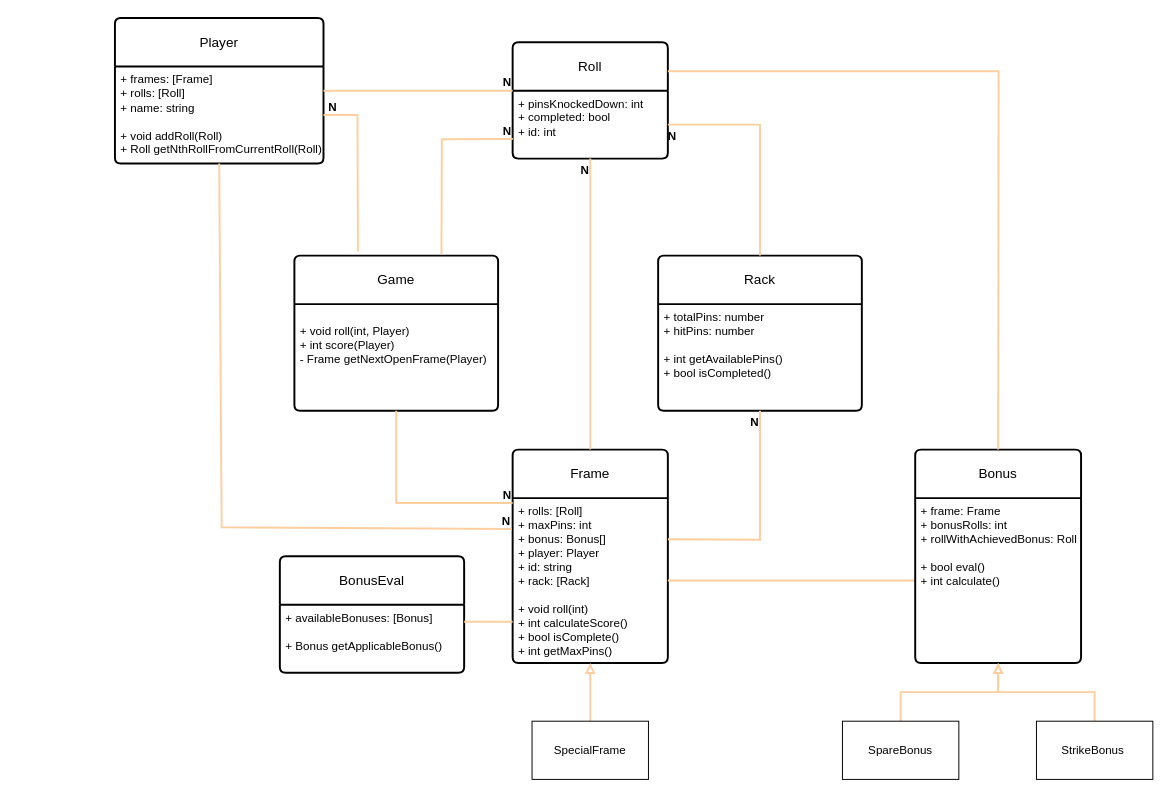
Earlier version of the draw.io diagram page "ER" (1 of 2) of bowling_game_design.drawio (swaaminathanm/bowling-kata-typescript). Source tidied: cells renumbered, new cells numbered last; positions are measured from the earlier drawing's top-left corner, leaving out a move shared by most shapes. Both pictures are drawn from the tidied source at 97%, with x=0, y=0 at pixel (114, 17).
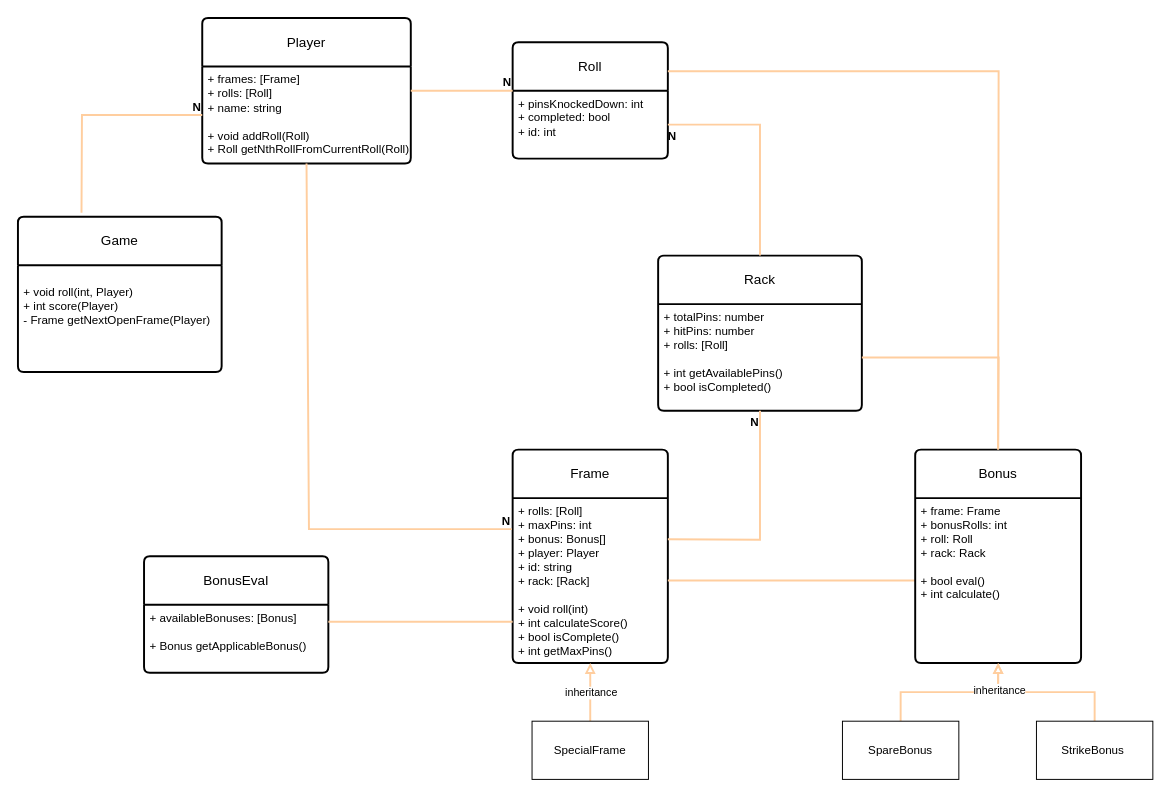
Above is the later version.

Commit message (it also covers changes not shown here):
Refactor code - remove rolls dependency from the Frame class

Unchanged cells that the change refers to:
```xml
<mxCell id="2" value="Frame" style="swimlane;horizontal=1;startSize=50;rounded=1;fontSize=14;fontStyle=0;strokeWidth=2;shadow=0;dashed=0;align=center;arcSize=4;whiteSpace=wrap;html=1;" parent="1" vertex="1">
  <mxGeometry x="410" y="445" width="160" height="220" as="geometry" />
</mxCell>
<mxCell id="3" value="&lt;div&gt;+ rolls: [Roll]&lt;/div&gt;&lt;div&gt;+ maxPins: int&lt;/div&gt;&lt;div&gt;+ bonus: Bonus[]&lt;/div&gt;&lt;div&gt;&lt;span style=&quot;background-color: transparent; color: light-dark(rgb(0, 0, 0), rgb(255, 255, 255));&quot;&gt;+ player: Player&lt;/span&gt;&lt;/div&gt;&lt;div&gt;+ id: string&lt;/div&gt;&lt;div&gt;+ rack: [Rack]&lt;/div&gt;&lt;div&gt;&lt;br&gt;&lt;/div&gt;&lt;div&gt;+ void roll(int)&lt;/div&gt;&lt;div&gt;+ int calculateScore()&lt;/div&gt;&lt;div&gt;+ bool isComplete()&lt;/div&gt;&lt;div&gt;+ int getMaxPins()&lt;/div&gt;" style="align=left;strokeColor=none;fillColor=none;spacingLeft=4;fontSize=12;verticalAlign=top;html=1;" parent="2" vertex="1">
  <mxGeometry y="50" width="160" height="170" as="geometry" />
</mxCell>
<mxCell id="5" value="+ pinsKnockedDown: int&lt;div&gt;+ completed: bool&lt;/div&gt;&lt;div&gt;+ id: int&lt;/div&gt;" style="align=left;strokeColor=none;fillColor=none;spacingLeft=4;fontSize=12;verticalAlign=top;html=1;" parent="4" vertex="1">
  <mxGeometry y="50" width="160" height="70" as="geometry" />
</mxCell>
<mxCell id="7" value="&lt;div&gt;&lt;br&gt;&lt;/div&gt;+&amp;nbsp;void roll(int, Player)&lt;div&gt;+&amp;nbsp;int score(Player)&lt;/div&gt;&lt;div&gt;&lt;div&gt;- Frame getNextOpenFrame(Player)&lt;/div&gt;&lt;/div&gt;&lt;div&gt;&lt;br&gt;&lt;/div&gt;" style="align=left;strokeColor=none;fillColor=none;spacingLeft=4;fontSize=12;verticalAlign=top;html=1;" parent="6" vertex="1">
  <mxGeometry y="50" width="210" height="110" as="geometry" />
</mxCell>
<mxCell id="9" value="&lt;div&gt;+ frames: [Frame]&lt;/div&gt;&lt;div&gt;+ rolls: [Roll]&lt;/div&gt;&lt;div&gt;+ name: string&lt;/div&gt;&lt;div&gt;&lt;br&gt;&lt;/div&gt;&lt;div&gt;&lt;span style=&quot;background-color: transparent; color: light-dark(rgb(0, 0, 0), rgb(255, 255, 255));&quot;&gt;+ void addRoll(Roll)&lt;/span&gt;&lt;/div&gt;&lt;div&gt;+ Roll getNthRollFromCurrentRoll(Roll)&lt;/div&gt;" style="align=left;strokeColor=none;fillColor=none;spacingLeft=4;fontSize=12;verticalAlign=top;html=1;" parent="8" vertex="1">
  <mxGeometry y="50" width="215" height="100" as="geometry" />
</mxCell>
<mxCell id="18" value="Bonus" style="swimlane;horizontal=1;startSize=50;rounded=1;fontSize=14;fontStyle=0;strokeWidth=2;shadow=0;dashed=0;align=center;arcSize=4;whiteSpace=wrap;html=1;" parent="1" vertex="1">
  <mxGeometry x="825" y="445" width="171" height="220" as="geometry" />
</mxCell>
<mxCell id="26" style="edgeStyle=orthogonalEdgeStyle;rounded=0;jettySize=auto;html=1;endArrow=block;endFill=0;strokeWidth=2;strokeColor=#FFCE9F;" parent="1" edge="1" source="27" target="19">
  <mxGeometry relative="1" as="geometry" />
</mxCell>
<mxCell id="28" style="edgeStyle=orthogonalEdgeStyle;rounded=0;jettySize=auto;html=1;endArrow=block;endFill=0;strokeWidth=2;strokeColor=#FFCE9F;" parent="1" edge="1" source="29" target="3">
  <mxGeometry relative="1" as="geometry" />
</mxCell>
<mxCell id="38" value="Rack" style="swimlane;horizontal=1;startSize=50;rounded=1;fontSize=14;fontStyle=0;strokeWidth=2;shadow=0;dashed=0;align=center;arcSize=4;whiteSpace=wrap;html=1;" parent="1" vertex="1">
  <mxGeometry x="560" y="245" width="210" height="160" as="geometry" />
</mxCell>
```

Diff of the diagram source:
```diff
@@
     <mxCell id="6" value="Game" style="swimlane;horizontal=1;startSize=50;rounded=1;fontSize=14;fontStyle=0;strokeWidth=2;shadow=0;dashed=0;align=center;arcSize=4;whiteSpace=wrap;html=1;" parent="1" vertex="1">
-      <mxGeometry x="185" y="245" width="210" height="160" as="geometry" />
+      <mxGeometry x="-100" y="205" width="210" height="160" as="geometry" />
     </mxCell>
@@
     <mxCell id="8" value="Player" style="swimlane;horizontal=1;startSize=50;rounded=1;fontSize=14;fontStyle=0;strokeWidth=2;shadow=0;dashed=0;align=center;arcSize=4;whiteSpace=wrap;html=1;" parent="1" vertex="1">
-      <mxGeometry width="215" height="150" as="geometry" />
+      <mxGeometry x="90" width="215" height="150" as="geometry" />
     </mxCell>
@@
-    <mxCell id="10" style="endArrow=none;html=1;rounded=0;entryX=0.5;entryY=1;entryDx=0;entryDy=0;strokeWidth=2;strokeColor=#FFCE9F;" parent="1" edge="1" source="2" target="5">
-      <mxGeometry relative="1" as="geometry" />
-    </mxCell>
-    <mxCell id="11" value="&lt;b&gt;N&lt;/b&gt;" style="html=1;whiteSpace=wrap;align=right;verticalAlign=bottom;" parent="10" vertex="1">
-      <mxGeometry x="1" relative="1" as="geometry">
-        <mxPoint y="20" as="offset" />
-      </mxGeometry>
-    </mxCell>
     <mxCell id="12" style="endArrow=none;html=1;rounded=0;entryX=-0.006;entryY=0.188;entryDx=0;entryDy=0;exitX=0.5;exitY=1;exitDx=0;exitDy=0;entryPerimeter=0;strokeWidth=2;strokeColor=#FFCE9F;" parent="1" edge="1" source="9" target="3">
       <mxGeometry relative="1" as="geometry">
         <Array as="points">
-          <mxPoint x="110" y="525" />
+          <mxPoint x="200" y="527" />
         </Array>
       </mxGeometry>
     </mxCell>
@@
-    <mxCell id="19" value="&lt;div&gt;+ frame: Frame&lt;/div&gt;&lt;div&gt;+ bonusRolls: int&lt;/div&gt;&lt;div&gt;+ rollWithAchievedBonus: Roll&lt;/div&gt;&lt;div&gt;&lt;br&gt;&lt;/div&gt;&lt;div&gt;+ bool eval()&lt;/div&gt;&lt;div&gt;+ int calculate()&lt;/div&gt;" style="align=left;strokeColor=none;fillColor=none;spacingLeft=4;fontSize=12;verticalAlign=top;html=1;" parent="18" vertex="1">
+    <mxCell id="19" value="&lt;div&gt;+ frame: Frame&lt;/div&gt;&lt;div&gt;+ bonusRolls: int&lt;/div&gt;&lt;div&gt;+ roll: Roll&lt;/div&gt;&lt;div&gt;+ rack: Rack&lt;/div&gt;&lt;div&gt;&lt;br&gt;&lt;/div&gt;&lt;div&gt;+ bool eval()&lt;/div&gt;&lt;div&gt;+ int calculate()&lt;/div&gt;" style="align=left;strokeColor=none;fillColor=none;spacingLeft=4;fontSize=12;verticalAlign=top;html=1;" parent="18" vertex="1">
       <mxGeometry y="50" width="171" height="170" as="geometry" />
     </mxCell>
     <mxCell id="20" value="BonusEval" style="swimlane;horizontal=1;startSize=50;rounded=1;fontSize=14;fontStyle=0;strokeWidth=2;shadow=0;dashed=0;align=center;arcSize=4;whiteSpace=wrap;html=1;" parent="1" vertex="1">
-      <mxGeometry x="170" y="555" width="190" height="120" as="geometry" />
+      <mxGeometry x="30" y="555" width="190" height="120" as="geometry" />
     </mxCell>
@@
+    <mxCell id="44" value="inheritance" style="edgeLabel;html=1;align=center;verticalAlign=middle;" parent="26" vertex="1">
+      <mxGeometry x="0.66" relative="1" as="geometry">
+        <mxPoint x="1" as="offset" />
+      </mxGeometry>
+    </mxCell>
@@
+    <mxCell id="45" value="inheritance" style="edgeLabel;html=1;align=center;verticalAlign=middle;" parent="28" vertex="1">
+      <mxGeometry x="-0.22" y="1" relative="1" as="geometry">
+        <mxPoint x="1" y="-7" as="offset" />
+      </mxGeometry>
+    </mxCell>
@@
-    <mxCell id="32" style="endArrow=none;html=1;rounded=0;entryX=0.002;entryY=0.71;entryDx=0;entryDy=0;exitX=0.722;exitY=-0.007;exitDx=0;exitDy=0;entryPerimeter=0;exitPerimeter=0;strokeWidth=2;strokeColor=#FFCE9F;" parent="1" edge="1" source="6" target="5">
-      <mxGeometry relative="1" as="geometry">
-        <Array as="points">
-          <mxPoint x="337" y="125" />
-        </Array>
-      </mxGeometry>
-    </mxCell>
-    <mxCell id="33" value="&lt;b&gt;N&lt;/b&gt;" style="html=1;whiteSpace=wrap;align=right;verticalAlign=bottom;" parent="32" vertex="1">
-      <mxGeometry x="1" relative="1" as="geometry" />
-    </mxCell>
-    <mxCell id="34" style="endArrow=none;html=1;rounded=0;entryX=1;entryY=0.5;entryDx=0;entryDy=0;exitX=0.312;exitY=-0.026;exitDx=0;exitDy=0;exitPerimeter=0;strokeWidth=2;strokeColor=#FFCE9F;" parent="1" edge="1" source="6" target="9">
+    <mxCell id="34" style="endArrow=none;html=1;rounded=0;entryX=0;entryY=0.5;entryDx=0;entryDy=0;exitX=0.312;exitY=-0.026;exitDx=0;exitDy=0;exitPerimeter=0;strokeWidth=2;strokeColor=#FFCE9F;" parent="1" edge="1" source="6" target="9">
       <mxGeometry relative="1" as="geometry">
         <Array as="points">
-          <mxPoint x="250" y="100" />
+          <mxPoint x="-34" y="100" />
         </Array>
       </mxGeometry>
     </mxCell>
     <mxCell id="35" value="&lt;b&gt;N&lt;/b&gt;" style="html=1;whiteSpace=wrap;align=right;verticalAlign=bottom;" parent="34" vertex="1">
-      <mxGeometry x="1" relative="1" as="geometry">
-        <mxPoint x="15" as="offset" />
-      </mxGeometry>
+      <mxGeometry x="1" relative="1" as="geometry" />
     </mxCell>
-    <mxCell id="36" style="endArrow=none;html=1;rounded=0;entryX=0;entryY=0.25;entryDx=0;entryDy=0;exitX=0.5;exitY=1;exitDx=0;exitDy=0;strokeWidth=2;strokeColor=#FFCE9F;" parent="1" edge="1" source="7" target="2">
-      <mxGeometry relative="1" as="geometry">
-        <Array as="points">
-          <mxPoint x="290" y="500" />
-        </Array>
-      </mxGeometry>
-    </mxCell>
-    <mxCell id="37" value="&lt;b&gt;N&lt;/b&gt;" style="html=1;whiteSpace=wrap;align=right;verticalAlign=bottom;" parent="36" vertex="1">
-      <mxGeometry x="1" relative="1" as="geometry" />
-    </mxCell>
@@
-    <mxCell id="39" value="&lt;div&gt;+ totalPins: number&lt;/div&gt;&lt;div&gt;+ hitPins: number&lt;/div&gt;&lt;div&gt;&lt;br&gt;&lt;/div&gt;&lt;div&gt;+ int getAvailablePins()&lt;/div&gt;&lt;div&gt;+ bool isCompleted()&lt;/div&gt;" style="align=left;strokeColor=none;fillColor=none;spacingLeft=4;fontSize=12;verticalAlign=top;html=1;" parent="38" vertex="1">
+    <mxCell id="39" value="&lt;div&gt;+ totalPins: number&lt;/div&gt;&lt;div&gt;+ hitPins: number&lt;/div&gt;&lt;div&gt;+ rolls: [Roll]&lt;/div&gt;&lt;div&gt;&lt;br&gt;&lt;/div&gt;&lt;div&gt;+ int getAvailablePins()&lt;/div&gt;&lt;div&gt;+ bool isCompleted()&lt;/div&gt;" style="align=left;strokeColor=none;fillColor=none;spacingLeft=4;fontSize=12;verticalAlign=top;html=1;" parent="38" vertex="1">
       <mxGeometry y="50" width="210" height="110" as="geometry" />
     </mxCell>
@@
+    <mxCell id="46" style="endArrow=none;html=1;rounded=0;entryX=1;entryY=0.5;entryDx=0;entryDy=0;exitX=0.5;exitY=0;exitDx=0;exitDy=0;strokeWidth=2;strokeColor=#FFCE9F;" parent="1" edge="1" source="18" target="39">
+      <mxGeometry relative="1" as="geometry">
+        <Array as="points">
+          <mxPoint x="911" y="350" />
+          <mxPoint x="830" y="350" />
+        </Array>
+      </mxGeometry>
+    </mxCell>
+    <mxCell id="47" style="html=1;whiteSpace=wrap;align=right;verticalAlign=bottom;" parent="46" vertex="1">
+      <mxGeometry x="1" relative="1" as="geometry" />
+    </mxCell>
```
